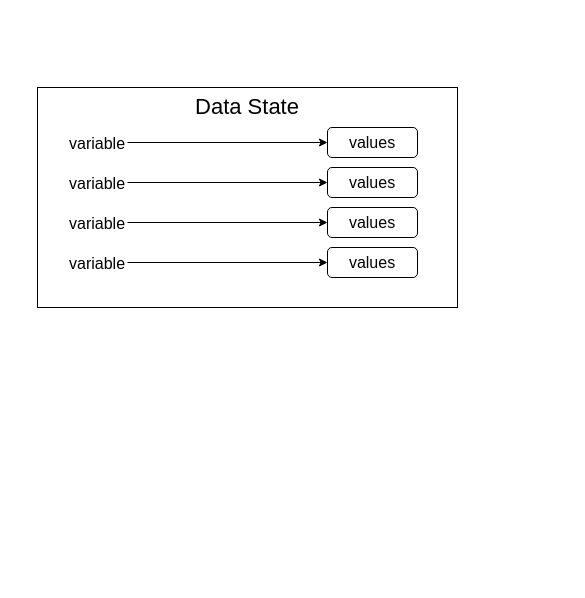
Above: page "data-state" (18 of 19) of docs/diagrams.drawio in kushnertodd/basic-data-science-python (draw.io), before the change. Source tidied: cells renumbered, new cells numbered last; positions are measured from the earlier drawing's top-left corner, leaving out a move shared by most shapes. Both pictures are drawn from the tidied source at 100%, with x=0, y=0 at pixel (17, 57).
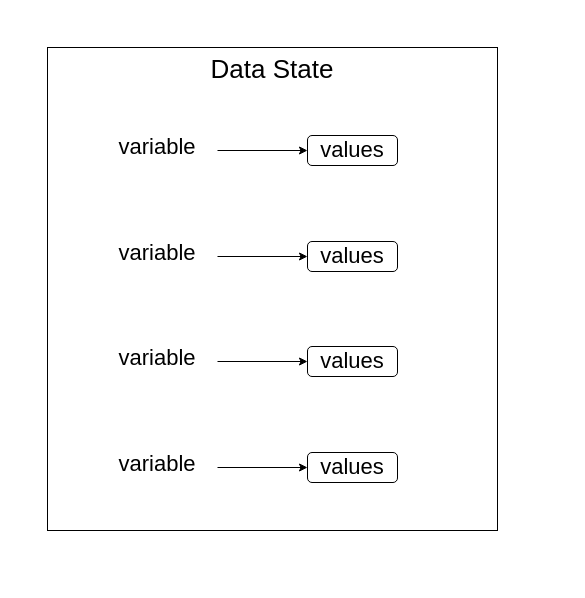
The same page after the edit.

Commit message (it also covers changes not shown here):
diagrams-data-states

Change to the diagram source:
```diff
@@
 <mxGraphModel>
   <root>
     <mxCell id="0" />
     <mxCell id="1" parent="0" />
+    <mxCell id="16" style="group;" parent="1" vertex="1">
+      <mxGeometry x="80" y="63" width="470" height="460" as="geometry" />
+    </mxCell>
+    <mxCell id="3" value="&lt;span style=&quot;text-align: left;&quot;&gt;&lt;font style=&quot;font-size: 26px;&quot;&gt;Data State&lt;/font&gt;&lt;/span&gt;" style="rounded=0;whiteSpace=wrap;html=1;verticalAlign=top;" parent="16" vertex="1">
+      <mxGeometry x="-50" y="-73" width="450" height="483" as="geometry" />
+    </mxCell>
+    <mxCell id="7" value="&lt;font style=&quot;font-size: 22px;&quot;&gt;values&lt;/font&gt;" style="rounded=1;whiteSpace=wrap;html=1;" parent="16" vertex="1">
+      <mxGeometry x="210" y="15" width="90" height="30" as="geometry" />
+    </mxCell>
+    <mxCell id="17" value="&lt;span style=&quot;font-size: 22px; text-align: left; line-height: 0%;&quot;&gt;variable&lt;/span&gt;" style="rounded=0;whiteSpace=wrap;html=1;opacity=0;" parent="16" vertex="1">
+      <mxGeometry width="120" height="60" as="geometry" />
+    </mxCell>
+    <mxCell id="18" style="edgeStyle=orthogonalEdgeStyle;rounded=0;jettySize=auto;html=1;" parent="16" edge="1" source="17" target="7">
+      <mxGeometry relative="1" as="geometry" />
+    </mxCell>
-    <mxCell id="2" style="rounded=0;whiteSpace=wrap;html=1;opacity=0;" parent="1" vertex="1">
-      <mxGeometry width="480" height="280" as="geometry" />
+    <mxCell id="2" style="rounded=0;whiteSpace=wrap;html=1;opacity=0;" parent="16" vertex="1">
+      <mxGeometry x="-80" y="-103" width="510" height="563" as="geometry" />
     </mxCell>
-    <mxCell id="3" value="&lt;span style=&quot;font-size: 22px; text-align: left;&quot;&gt;Data State&lt;/span&gt;" style="rounded=0;whiteSpace=wrap;html=1;verticalAlign=top;" parent="1" vertex="1">
-      <mxGeometry x="20" y="30" width="420" height="220" as="geometry" />
-    </mxCell>
-    <mxCell id="4" value="&lt;span style=&quot;font-size: 16px;&quot;&gt;values&lt;/span&gt;" style="rounded=1;whiteSpace=wrap;html=1;" parent="1" vertex="1">
-      <mxGeometry x="310" y="70" width="90" height="30" as="geometry" />
-    </mxCell>
-    <mxCell id="5" style="edgeStyle=orthogonalEdgeStyle;rounded=0;jettySize=auto;html=1;entryX=0;entryY=0.5;entryDx=0;entryDy=0;" parent="1" edge="1" source="6" target="4">
-      <mxGeometry relative="1" as="geometry" />
-    </mxCell>
-    <mxCell id="6" value="variable" style="text;whiteSpace=wrap;fontSize=16;" parent="1" vertex="1">
-      <mxGeometry x="50" y="70" width="60" height="30" as="geometry" />
-    </mxCell>
-    <mxCell id="7" value="&lt;span style=&quot;font-size: 16px;&quot;&gt;values&lt;/span&gt;" style="rounded=1;whiteSpace=wrap;html=1;" parent="1" vertex="1">
-      <mxGeometry x="310" y="110" width="90" height="30" as="geometry" />
-    </mxCell>
-    <mxCell id="8" style="edgeStyle=orthogonalEdgeStyle;rounded=0;jettySize=auto;html=1;entryX=0;entryY=0.5;entryDx=0;entryDy=0;" parent="1" edge="1" source="9" target="7">
-      <mxGeometry relative="1" as="geometry" />
-    </mxCell>
-    <mxCell id="9" value="variable" style="text;whiteSpace=wrap;fontSize=16;" parent="1" vertex="1">
-      <mxGeometry x="50" y="110" width="60" height="30" as="geometry" />
-    </mxCell>
-    <mxCell id="10" value="&lt;span style=&quot;font-size: 16px;&quot;&gt;values&lt;/span&gt;" style="rounded=1;whiteSpace=wrap;html=1;" parent="1" vertex="1">
-      <mxGeometry x="310" y="150" width="90" height="30" as="geometry" />
-    </mxCell>
-    <mxCell id="11" style="edgeStyle=orthogonalEdgeStyle;rounded=0;jettySize=auto;html=1;entryX=0;entryY=0.5;entryDx=0;entryDy=0;" parent="1" edge="1" source="12" target="10">
-      <mxGeometry relative="1" as="geometry" />
-    </mxCell>
-    <mxCell id="12" value="variable" style="text;whiteSpace=wrap;fontSize=16;" parent="1" vertex="1">
-      <mxGeometry x="50" y="150" width="60" height="30" as="geometry" />
-    </mxCell>
-    <mxCell id="13" value="&lt;span style=&quot;font-size: 16px;&quot;&gt;values&lt;/span&gt;" style="rounded=1;whiteSpace=wrap;html=1;" parent="1" vertex="1">
-      <mxGeometry x="310" y="190" width="90" height="30" as="geometry" />
-    </mxCell>
-    <mxCell id="14" style="edgeStyle=orthogonalEdgeStyle;rounded=0;jettySize=auto;html=1;entryX=0;entryY=0.5;entryDx=0;entryDy=0;" parent="1" edge="1" source="15" target="13">
-      <mxGeometry relative="1" as="geometry" />
-    </mxCell>
-    <mxCell id="15" value="variable" style="text;whiteSpace=wrap;fontSize=16;" parent="1" vertex="1">
-      <mxGeometry x="50" y="190" width="60" height="30" as="geometry" />
-    </mxCell>
+    <mxCell id="19" style="group;" parent="1" vertex="1">
+      <mxGeometry x="80" y="169" width="300" height="60" as="geometry" />
+    </mxCell>
+    <mxCell id="20" value="&lt;font style=&quot;font-size: 22px;&quot;&gt;values&lt;/font&gt;" style="rounded=1;whiteSpace=wrap;html=1;" parent="19" vertex="1">
+      <mxGeometry x="210" y="15" width="90" height="30" as="geometry" />
+    </mxCell>
+    <mxCell id="21" value="&lt;span style=&quot;font-size: 22px; text-align: left; line-height: 0%;&quot;&gt;variable&lt;/span&gt;" style="rounded=0;whiteSpace=wrap;html=1;opacity=0;" parent="19" vertex="1">
+      <mxGeometry width="120" height="60" as="geometry" />
+    </mxCell>
+    <mxCell id="22" style="edgeStyle=orthogonalEdgeStyle;rounded=0;jettySize=auto;html=1;" parent="19" edge="1" source="21" target="20">
+      <mxGeometry relative="1" as="geometry" />
+    </mxCell>
+    <mxCell id="23" style="group;" parent="1" vertex="1">
+      <mxGeometry x="80" y="274" width="300" height="60" as="geometry" />
+    </mxCell>
+    <mxCell id="24" value="&lt;font style=&quot;font-size: 22px;&quot;&gt;values&lt;/font&gt;" style="rounded=1;whiteSpace=wrap;html=1;" parent="23" vertex="1">
+      <mxGeometry x="210" y="15" width="90" height="30" as="geometry" />
+    </mxCell>
+    <mxCell id="25" value="&lt;span style=&quot;font-size: 22px; text-align: left; line-height: 0%;&quot;&gt;variable&lt;/span&gt;" style="rounded=0;whiteSpace=wrap;html=1;opacity=0;" parent="23" vertex="1">
+      <mxGeometry width="120" height="60" as="geometry" />
+    </mxCell>
+    <mxCell id="26" style="edgeStyle=orthogonalEdgeStyle;rounded=0;jettySize=auto;html=1;" parent="23" edge="1" source="25" target="24">
+      <mxGeometry relative="1" as="geometry" />
+    </mxCell>
+    <mxCell id="27" style="group;" parent="1" vertex="1">
+      <mxGeometry x="80" y="380" width="300" height="60" as="geometry" />
+    </mxCell>
+    <mxCell id="28" value="&lt;font style=&quot;font-size: 22px;&quot;&gt;values&lt;/font&gt;" style="rounded=1;whiteSpace=wrap;html=1;" parent="27" vertex="1">
+      <mxGeometry x="210" y="15" width="90" height="30" as="geometry" />
+    </mxCell>
+    <mxCell id="29" value="&lt;span style=&quot;font-size: 22px; text-align: left; line-height: 0%;&quot;&gt;variable&lt;/span&gt;" style="rounded=0;whiteSpace=wrap;html=1;opacity=0;" parent="27" vertex="1">
+      <mxGeometry width="120" height="60" as="geometry" />
+    </mxCell>
+    <mxCell id="30" style="edgeStyle=orthogonalEdgeStyle;rounded=0;jettySize=auto;html=1;" parent="27" edge="1" source="29" target="28">
+      <mxGeometry relative="1" as="geometry" />
+    </mxCell>
   </root>
 </mxGraphModel>
```
